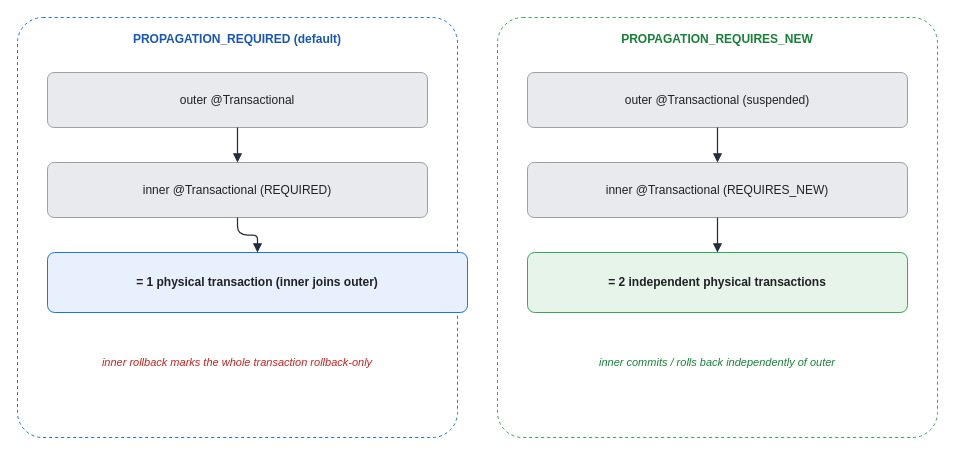
KKamJi98/kkamji98.github.io keeps this draw.io diagram as assets/img/spring/spring-18-propagation.drawio. Above is the earlier version. Source tidied: cells renumbered, new cells numbered last; positions are measured from the earlier drawing's top-left corner, leaving out a move shared by most shapes. Both pictures are drawn from the tidied source at 100%, with x=0, y=0 at pixel (17, 17).
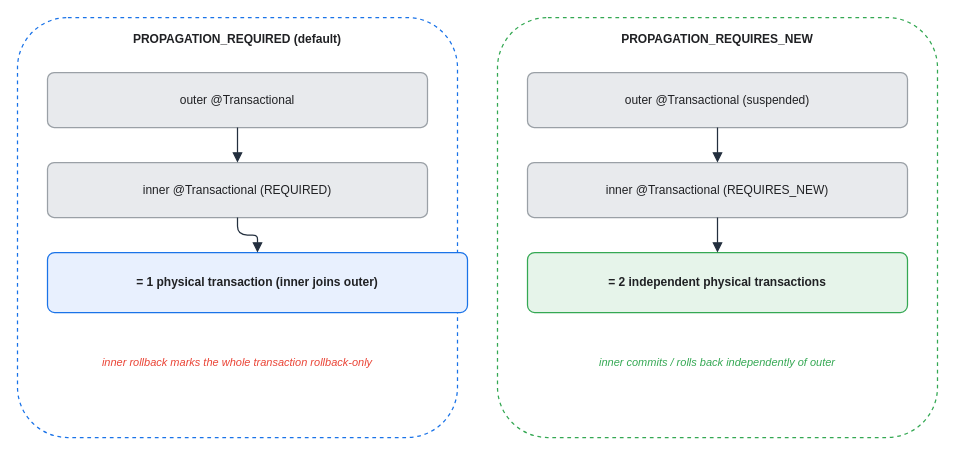
Above is the later version.

What changed in the source:
```diff
@@
 <mxGraphModel background="#FFFFFF">
   <root>
     <mxCell id="0" />
     <mxCell id="1" parent="0" />
-    <mxCell id="2" value="PROPAGATION_REQUIRED (default)" style="rounded=1;whiteSpace=wrap;html=0;arcSize=6;shadow=0;fillColor=#FFFFFF;strokeColor=#1A73E8;fontColor=#1A57B0;fontStyle=1;verticalAlign=top;align=center;dashed=1;spacingTop=8;" parent="1" vertex="1">
+    <mxCell id="2" value="PROPAGATION_REQUIRED (default)" style="rounded=1;whiteSpace=wrap;html=0;arcSize=12;shadow=0;fillColor=#FFFFFF;strokeColor=#1A73E8;fontColor=#202124;fontStyle=1;verticalAlign=top;align=center;dashed=1;spacingTop=8;strokeWidth=1.25;" parent="1" vertex="1">
       <mxGeometry width="440" height="420" as="geometry" />
     </mxCell>
-    <mxCell id="3" value="outer @Transactional" style="rounded=1;whiteSpace=wrap;html=0;arcSize=12;shadow=0;fillColor=#E8EAED;strokeColor=#9AA0A6;fontColor=#202124;" parent="1" vertex="1">
+    <mxCell id="3" value="outer @Transactional" style="rounded=1;whiteSpace=wrap;html=0;arcSize=12;shadow=0;fillColor=#E8EAED;strokeColor=#9AA0A6;fontColor=#202124;strokeWidth=1.25;" parent="1" vertex="1">
       <mxGeometry x="30" y="55" width="380" height="55" as="geometry" />
     </mxCell>
-    <mxCell id="4" value="inner @Transactional (REQUIRED)" style="rounded=1;whiteSpace=wrap;html=0;arcSize=12;shadow=0;fillColor=#E8EAED;strokeColor=#9AA0A6;fontColor=#202124;" parent="1" vertex="1">
+    <mxCell id="4" value="inner @Transactional (REQUIRED)" style="rounded=1;whiteSpace=wrap;html=0;arcSize=12;shadow=0;fillColor=#E8EAED;strokeColor=#9AA0A6;fontColor=#202124;strokeWidth=1.25;" parent="1" vertex="1">
       <mxGeometry x="30" y="145" width="380" height="55" as="geometry" />
     </mxCell>
-    <mxCell id="5" value="= 1 physical transaction (inner joins outer)" style="rounded=1;whiteSpace=wrap;html=0;arcSize=12;shadow=0;fillColor=#E8F0FE;strokeColor=#1A73E8;fontColor=#202124;fontStyle=1;" parent="1" vertex="1">
+    <mxCell id="5" value="= 1 physical transaction (inner joins outer)" style="rounded=1;whiteSpace=wrap;html=0;arcSize=12;shadow=0;fillColor=#E8F0FE;strokeColor=#1A73E8;fontColor=#202124;fontStyle=1;strokeWidth=1.25;" parent="1" vertex="1">
       <mxGeometry x="30" y="235" width="420" height="60" as="geometry" />
     </mxCell>
-    <mxCell id="6" value="inner rollback marks the whole transaction rollback-only" style="text;html=0;align=center;verticalAlign=middle;whiteSpace=wrap;fontSize=11;fontColor=#C5221F;fontStyle=2;" parent="1" vertex="1">
+    <mxCell id="6" value="inner rollback marks the whole transaction rollback-only" style="text;html=0;align=center;verticalAlign=middle;whiteSpace=wrap;fontSize=11;fontColor=#EA4335;fontStyle=2;" parent="1" vertex="1">
       <mxGeometry x="30" y="325" width="380" height="40" as="geometry" />
     </mxCell>
-    <mxCell id="7" value="PROPAGATION_REQUIRES_NEW" style="rounded=1;whiteSpace=wrap;html=0;arcSize=6;shadow=0;fillColor=#FFFFFF;strokeColor=#34A853;fontColor=#188038;fontStyle=1;verticalAlign=top;align=center;dashed=1;spacingTop=8;" parent="1" vertex="1">
+    <mxCell id="7" value="PROPAGATION_REQUIRES_NEW" style="rounded=1;whiteSpace=wrap;html=0;arcSize=12;shadow=0;fillColor=#FFFFFF;strokeColor=#34A853;fontColor=#202124;fontStyle=1;verticalAlign=top;align=center;dashed=1;spacingTop=8;strokeWidth=1.25;" parent="1" vertex="1">
       <mxGeometry x="480" width="440" height="420" as="geometry" />
     </mxCell>
-    <mxCell id="8" value="outer @Transactional (suspended)" style="rounded=1;whiteSpace=wrap;html=0;arcSize=12;shadow=0;fillColor=#E8EAED;strokeColor=#9AA0A6;fontColor=#202124;" parent="1" vertex="1">
+    <mxCell id="8" value="outer @Transactional (suspended)" style="rounded=1;whiteSpace=wrap;html=0;arcSize=12;shadow=0;fillColor=#E8EAED;strokeColor=#9AA0A6;fontColor=#202124;strokeWidth=1.25;" parent="1" vertex="1">
       <mxGeometry x="510" y="55" width="380" height="55" as="geometry" />
     </mxCell>
-    <mxCell id="9" value="inner @Transactional (REQUIRES_NEW)" style="rounded=1;whiteSpace=wrap;html=0;arcSize=12;shadow=0;fillColor=#E8EAED;strokeColor=#9AA0A6;fontColor=#202124;" parent="1" vertex="1">
+    <mxCell id="9" value="inner @Transactional (REQUIRES_NEW)" style="rounded=1;whiteSpace=wrap;html=0;arcSize=12;shadow=0;fillColor=#E8EAED;strokeColor=#9AA0A6;fontColor=#202124;strokeWidth=1.25;" parent="1" vertex="1">
       <mxGeometry x="510" y="145" width="380" height="55" as="geometry" />
     </mxCell>
-    <mxCell id="10" value="= 2 independent physical transactions" style="rounded=1;whiteSpace=wrap;html=0;arcSize=12;shadow=0;fillColor=#E6F4EA;strokeColor=#34A853;fontColor=#202124;fontStyle=1;" parent="1" vertex="1">
+    <mxCell id="10" value="= 2 independent physical transactions" style="rounded=1;whiteSpace=wrap;html=0;arcSize=12;shadow=0;fillColor=#E6F4EA;strokeColor=#34A853;fontColor=#202124;fontStyle=1;strokeWidth=1.25;" parent="1" vertex="1">
       <mxGeometry x="510" y="235" width="380" height="60" as="geometry" />
     </mxCell>
-    <mxCell id="11" value="inner commits / rolls back independently of outer" style="text;html=0;align=center;verticalAlign=middle;whiteSpace=wrap;fontSize=11;fontColor=#188038;fontStyle=2;" parent="1" vertex="1">
+    <mxCell id="11" value="inner commits / rolls back independently of outer" style="text;html=0;align=center;verticalAlign=middle;whiteSpace=wrap;fontSize=11;fontColor=#34A853;fontStyle=2;" parent="1" vertex="1">
       <mxGeometry x="510" y="325" width="380" height="40" as="geometry" />
     </mxCell>
-    <mxCell id="12" style="edgeStyle=orthogonalEdgeStyle;rounded=1;html=0;endArrow=block;strokeColor=#232F3E;strokeWidth=1.25;" parent="1" edge="1" source="3" target="4">
+    <mxCell id="12" style="edgeStyle=orthogonalEdgeStyle;rounded=1;html=0;endArrow=block;strokeColor=#232F3E;strokeWidth=1.25;endSize=7;fontColor=#202124;" parent="1" edge="1" source="3" target="4">
       <mxGeometry relative="1" as="geometry" />
     </mxCell>
-    <mxCell id="13" style="edgeStyle=orthogonalEdgeStyle;rounded=1;html=0;endArrow=block;strokeColor=#232F3E;strokeWidth=1.25;" parent="1" edge="1" source="4" target="5">
+    <mxCell id="13" style="edgeStyle=orthogonalEdgeStyle;rounded=1;html=0;endArrow=block;strokeColor=#232F3E;strokeWidth=1.25;endSize=7;fontColor=#202124;" parent="1" edge="1" source="4" target="5">
       <mxGeometry relative="1" as="geometry" />
     </mxCell>
-    <mxCell id="14" style="edgeStyle=orthogonalEdgeStyle;rounded=1;html=0;endArrow=block;strokeColor=#232F3E;strokeWidth=1.25;" parent="1" edge="1" source="8" target="9">
+    <mxCell id="14" style="edgeStyle=orthogonalEdgeStyle;rounded=1;html=0;endArrow=block;strokeColor=#232F3E;strokeWidth=1.25;endSize=7;fontColor=#202124;" parent="1" edge="1" source="8" target="9">
       <mxGeometry relative="1" as="geometry" />
     </mxCell>
-    <mxCell id="15" style="edgeStyle=orthogonalEdgeStyle;rounded=1;html=0;endArrow=block;strokeColor=#232F3E;strokeWidth=1.25;" parent="1" edge="1" source="9" target="10">
+    <mxCell id="15" style="edgeStyle=orthogonalEdgeStyle;rounded=1;html=0;endArrow=block;strokeColor=#232F3E;strokeWidth=1.25;endSize=7;fontColor=#202124;" parent="1" edge="1" source="9" target="10">
       <mxGeometry relative="1" as="geometry" />
     </mxCell>
   </root>
 </mxGraphModel>
```
